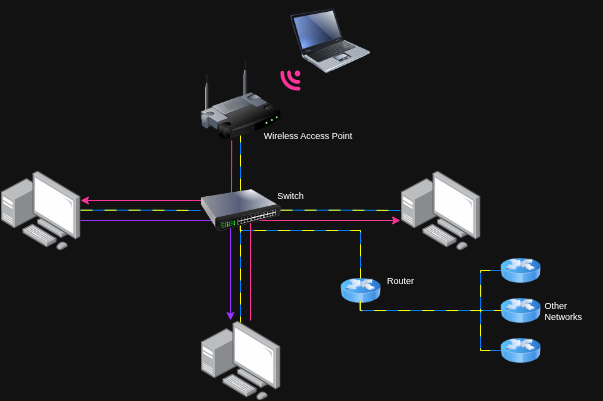
Earlier version of the draw.io export assets/imgs/cheatsheets/networking_cs/layer_2_hardware.png (Futsec/s-mastering-linux-jannis-seemann). Source tidied: cells renumbered, new cells last; positions are measured from the earlier drawing's top-left corner, leaving out a move shared by most shapes.
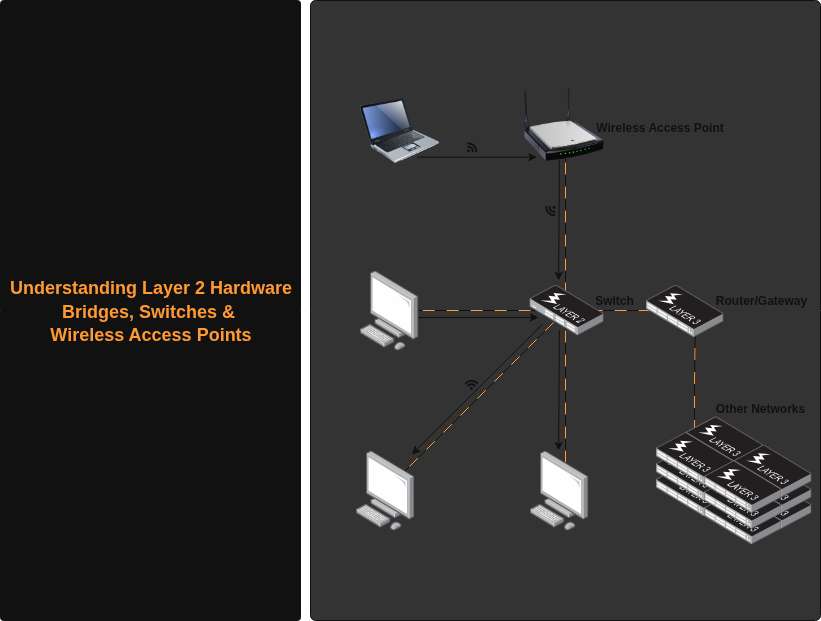
After the change.

What changed in the source:
```diff
@@ -2,134 +2,148 @@
   <root>
     <mxCell id="0" />
     <mxCell id="1" parent="0" />
-    <mxCell id="2" style="shape=wire;edgeStyle=orthogonalEdgeStyle;orthogonalLoop=1;jettySize=auto;html=1;sourcePerimeterSpacing=0;targetPerimeterSpacing=0;endArrow=none;curved=0;rounded=0;strokeColor=#007FFF;dashed=1;fillColor=#ffff00;dashPattern=12 12;fixDash=1;startSize=6;endSize=6;" parent="1" edge="1">
-      <mxGeometry relative="1" as="geometry">
-        <mxPoint x="239.8" y="220" as="sourcePoint" />
-        <mxPoint x="360" y="290" as="targetPoint" />
-        <Array as="points">
-          <mxPoint x="240" y="230" />
-          <mxPoint x="360" y="230" />
-        </Array>
-      </mxGeometry>
+    <mxCell id="2" style="rounded=1;whiteSpace=wrap;html=1;fillColor=#111111;arcSize=1;strokeColor=#111111;" parent="1" vertex="1">
+      <mxGeometry x="1555" y="-970" width="300" height="620" as="geometry" />
     </mxCell>
-    <mxCell id="3" style="endArrow=classic;html=1;rounded=0;entryX=1;entryY=0.375;entryDx=0;entryDy=0;entryPerimeter=0;exitX=0.39;exitY=0.998;exitDx=0;exitDy=0;exitPerimeter=0;strokeColor=#FF3399;" parent="1" edge="1" source="16" target="10">
-      <mxGeometry relative="1" as="geometry">
-        <Array as="points">
-          <mxPoint x="231" y="200" />
-        </Array>
-      </mxGeometry>
+    <mxCell id="3" style="rounded=1;whiteSpace=wrap;html=1;fillColor=#333333;arcSize=1;strokeColor=#111111;fontColor=#99FFFF;" parent="1" vertex="1">
+      <mxGeometry x="1865" y="-970" width="510" height="620" as="geometry" />
     </mxCell>
-    <mxCell id="4" style="endArrow=classic;html=1;rounded=0;exitX=1;exitY=0.625;exitDx=0;exitDy=0;exitPerimeter=0;entryX=0.375;entryY=0;entryDx=0;entryDy=0;entryPerimeter=0;strokeColor=#9933FF;" parent="1" edge="1" source="10" target="11">
-      <mxGeometry relative="1" as="geometry">
-        <Array as="points">
-          <mxPoint x="230" y="220" />
-        </Array>
-      </mxGeometry>
+    <mxCell id="4" value="&lt;div style=&quot;line-height: 0%;&quot;&gt;&lt;h4 tabindex=&quot;-1&quot; class=&quot;heading-element&quot; dir=&quot;auto&quot;&gt;Understanding Layer 2 Hardware&lt;/h4&gt;&lt;h4 tabindex=&quot;-1&quot; class=&quot;heading-element&quot; dir=&quot;auto&quot;&gt;Bridges, Switches &amp;amp;&amp;nbsp;&lt;/h4&gt;&lt;h4 tabindex=&quot;-1&quot; class=&quot;heading-element&quot; dir=&quot;auto&quot;&gt;Wireless Access Points&lt;/h4&gt;&lt;/div&gt;" style="text;strokeColor=none;fillColor=none;html=1;fontSize=18;fontStyle=1;verticalAlign=middle;align=center;rotation=0;fontColor=#FF9933;horizontal=1;spacingTop=0;spacing=2;" parent="1" vertex="1">
+      <mxGeometry x="1555" y="-950" width="299" height="580" as="geometry" />
     </mxCell>
-    <mxCell id="5" style="endArrow=classic;html=1;rounded=0;entryX=0;entryY=0.625;entryDx=0;entryDy=0;entryPerimeter=0;strokeColor=#FF3399;fillColor=#0050ef;" parent="1" edge="1" target="12">
-      <mxGeometry relative="1" as="geometry">
-        <mxPoint x="250" y="320" as="sourcePoint" />
-        <Array as="points">
-          <mxPoint x="250" y="220" />
-        </Array>
-      </mxGeometry>
+    <mxCell id="5" style="image;html=1;image=img/lib/clip_art/computers/Laptop_128x128.png;" parent="1" vertex="1">
+      <mxGeometry x="1914" y="-880" width="80" height="80" as="geometry" />
     </mxCell>
-    <mxCell id="6" style="verticalLabelPosition=bottom;sketch=0;html=1;verticalAlign=top;align=center;shape=mxgraph.cisco19.3g_4g_indicator;fillColor=#FF3399;strokeColor=none;rotation=-180;" parent="1" vertex="1">
-      <mxGeometry x="280" y="70" width="20" height="20" as="geometry" />
+    <mxCell id="6" style="shape=wire;edgeStyle=orthogonalEdgeStyle;jettySize=auto;html=1;sourcePerimeterSpacing=0;targetPerimeterSpacing=0;endArrow=none;curved=0;rounded=0;strokeColor=#111111;dashed=1;fillColor=#FF9933;dashPattern=12 12;fixDash=1;startSize=6;endSize=6;exitX=0.44;exitY=0.625;exitDx=0;exitDy=0;exitPerimeter=0;" parent="1" edge="1" source="12">
+      <mxGeometry relative="1" as="geometry">
+        <mxPoint x="2118.2" y="-824" as="targetPoint" />
+        <Array as="points">
+          <mxPoint x="2120" y="-470" />
+          <mxPoint x="2120" y="-824" />
+        </Array>
+      </mxGeometry>
     </mxCell>
-    <mxCell id="7" style="shape=wire;edgeStyle=orthogonalEdgeStyle;jettySize=auto;html=1;sourcePerimeterSpacing=0;targetPerimeterSpacing=0;endArrow=none;curved=0;rounded=0;strokeColor=#007FFF;dashed=1;fillColor=#ffff00;dashPattern=12 12;fixDash=1;startSize=6;endSize=6;entryX=0;entryY=0.5;entryDx=0;entryDy=0;" parent="1" edge="1" target="14">
+    <mxCell id="7" style="shape=wire;edgeStyle=orthogonalEdgeStyle;jettySize=auto;html=1;sourcePerimeterSpacing=0;targetPerimeterSpacing=0;endArrow=none;curved=0;rounded=0;strokeColor=#111111;dashed=1;fillColor=#FF9933;dashPattern=12 12;fixDash=1;startSize=6;endSize=6;" parent="1" edge="1" target="14">
       <mxGeometry relative="1" as="geometry">
-        <mxPoint x="80" y="209.7" as="sourcePoint" />
+        <mxPoint x="2251" y="-657.8" as="sourcePoint" />
+        <Array as="points">
+          <mxPoint x="2251" y="-660" />
+        </Array>
       </mxGeometry>
     </mxCell>
-    <mxCell id="8" style="shape=wire;edgeStyle=orthogonalEdgeStyle;orthogonalLoop=1;jettySize=auto;html=1;sourcePerimeterSpacing=0;targetPerimeterSpacing=0;endArrow=none;curved=0;rounded=0;strokeColor=#007FFF;dashed=1;fillColor=#ffff00;dashPattern=12 12;fixDash=1;startSize=6;endSize=6;entryX=0;entryY=0.5;entryDx=0;entryDy=0;" parent="1" edge="1">
-      <mxGeometry relative="1" as="geometry">
-        <mxPoint x="280" y="209.7" as="sourcePoint" />
-        <mxPoint x="400" y="210" as="targetPoint" />
-      </mxGeometry>
+    <mxCell id="8" style="image;html=1;image=img/lib/clip_art/networking/Wireless_Router_N_128x128.png;" parent="1" vertex="1">
+      <mxGeometry x="2078.2" y="-888" width="80" height="80" as="geometry" />
     </mxCell>
-    <mxCell id="9" style="shape=wire;edgeStyle=orthogonalEdgeStyle;jettySize=auto;html=1;sourcePerimeterSpacing=0;targetPerimeterSpacing=0;endArrow=none;curved=0;rounded=0;strokeColor=#007FFF;dashed=1;fillColor=#ffff00;dashPattern=12 12;fixDash=1;startSize=6;endSize=6;entryX=0.5;entryY=0.375;entryDx=0;entryDy=0;entryPerimeter=0;" parent="1" edge="1" target="11">
-      <mxGeometry relative="1" as="geometry">
-        <mxPoint x="240" y="220" as="sourcePoint" />
-      </mxGeometry>
+    <mxCell id="9" style="shape=wire;jettySize=auto;html=1;sourcePerimeterSpacing=0;targetPerimeterSpacing=0;endArrow=none;rounded=0;strokeColor=#111111;dashed=1;fillColor=#FF9933;dashPattern=12 12;fixDash=1;startSize=6;endSize=6;entryX=0.621;entryY=0.314;entryDx=0;entryDy=0;entryPerimeter=0;exitX=0.339;exitY=0.625;exitDx=0;exitDy=0;exitPerimeter=0;" parent="1" edge="1" source="13" target="10">
+      <mxGeometry relative="1" as="geometry" />
     </mxCell>
-    <mxCell id="10" style="image;points=[];html=1;align=center;shadow=0;dashed=0;image=img/lib/allied_telesis/computer_and_terminals/Personal_Computer_with_Server.svg;" parent="1" vertex="1">
-      <mxGeometry y="170" width="80" height="80" as="geometry" />
+    <mxCell id="10" style="image;points=[];html=1;align=center;shadow=0;dashed=0;image=img/lib/allied_telesis/switch/Switch_24_port_L2_POE.svg;" parent="1" vertex="1">
+      <mxGeometry x="2083.8" y="-686" width="74.4" height="51" as="geometry" />
     </mxCell>
-    <mxCell id="11" style="image;points=[];html=1;align=center;shadow=0;dashed=0;image=img/lib/allied_telesis/computer_and_terminals/Personal_Computer_with_Server.svg;" parent="1" vertex="1">
-      <mxGeometry x="200" y="320" width="80" height="80" as="geometry" />
+    <mxCell id="11" style="group;" parent="1" vertex="1">
+      <mxGeometry x="1910" y="-700" width="233" height="260" as="geometry" />
     </mxCell>
-    <mxCell id="12" style="image;points=[];html=1;align=center;shadow=0;dashed=0;image=img/lib/allied_telesis/computer_and_terminals/Personal_Computer_with_Server.svg;" parent="1" vertex="1">
-      <mxGeometry x="400" y="170" width="80" height="80" as="geometry" />
+    <mxCell id="12" style="image;points=[];html=1;align=center;shadow=0;dashed=0;image=img/lib/allied_telesis/computer_and_terminals/Personal_Computer.svg;" parent="11" vertex="1">
+      <mxGeometry x="174" y="180" width="59" height="80" as="geometry" />
     </mxCell>
-    <mxCell id="13" style="image;html=1;image=img/lib/clip_art/computers/Laptop_128x128.png;" parent="1" vertex="1">
-      <mxGeometry x="290" width="80" height="80" as="geometry" />
+    <mxCell id="13" style="image;points=[];html=1;align=center;shadow=0;dashed=0;image=img/lib/allied_telesis/computer_and_terminals/Personal_Computer.svg;" parent="11" vertex="1">
+      <mxGeometry y="180" width="59" height="80" as="geometry" />
     </mxCell>
-    <mxCell id="14" style="image;html=1;image=img/lib/clip_art/networking/Switch_128x128.png;" parent="1" vertex="1">
-      <mxGeometry x="200" y="170" width="80" height="80" as="geometry" />
+    <mxCell id="14" style="image;points=[];html=1;align=center;shadow=0;dashed=0;image=img/lib/allied_telesis/computer_and_terminals/Personal_Computer.svg;" parent="11" vertex="1">
+      <mxGeometry x="4" width="59" height="80" as="geometry" />
     </mxCell>
-    <mxCell id="15" style="shape=wire;edgeStyle=orthogonalEdgeStyle;orthogonalLoop=1;jettySize=auto;html=1;sourcePerimeterSpacing=0;targetPerimeterSpacing=0;endArrow=none;curved=0;rounded=0;strokeColor=#007FFF;dashed=1;fillColor=#ffff00;dashPattern=12 12;fixDash=1;startSize=6;endSize=6;" parent="1" edge="1">
+    <mxCell id="15" style="endArrow=classic;html=1;rounded=0;exitX=0.225;exitY=0.516;exitDx=0;exitDy=0;exitPerimeter=0;strokeColor=#111111;" parent="11" edge="1">
       <mxGeometry relative="1" as="geometry">
-        <mxPoint x="240" y="190" as="sourcePoint" />
-        <mxPoint x="240" y="130" as="targetPoint" />
+        <mxPoint x="63" y="47" as="sourcePoint" />
+        <mxPoint x="183" y="47" as="targetPoint" />
       </mxGeometry>
     </mxCell>
-    <mxCell id="16" style="image;html=1;image=img/lib/clip_art/networking/Wireless_Router_128x128.png;" parent="1" vertex="1">
-      <mxGeometry x="200" y="60" width="80" height="80" as="geometry" />
+    <mxCell id="16" style="endArrow=classic;html=1;rounded=0;exitX=0.225;exitY=0.516;exitDx=0;exitDy=0;exitPerimeter=0;strokeColor=#111111;" parent="11" edge="1">
+      <mxGeometry relative="1" as="geometry">
+        <mxPoint x="203.9" y="60" as="sourcePoint" />
+        <mxPoint x="203.2" y="180" as="targetPoint" />
+      </mxGeometry>
     </mxCell>
-    <mxCell id="17" style="image;html=1;image=img/lib/clip_art/networking/Router_Icon_128x128.png;" parent="1" vertex="1">
-      <mxGeometry x="340" y="270" width="40" height="40" as="geometry" />
+    <mxCell id="17" style="verticalLabelPosition=bottom;sketch=0;html=1;verticalAlign=top;align=center;shape=mxgraph.cisco19.3g_4g_indicator;fillColor=#111111;strokeColor=none;rotation=-45;" parent="11" vertex="1">
+      <mxGeometry x="111" y="108" width="10" height="10" as="geometry" />
     </mxCell>
-    <mxCell id="18" style="shape=wire;edgeStyle=orthogonalEdgeStyle;orthogonalLoop=1;jettySize=auto;html=1;sourcePerimeterSpacing=0;targetPerimeterSpacing=0;endArrow=none;curved=0;rounded=0;strokeColor=#007FFF;dashed=1;fillColor=#ffff00;dashPattern=12 12;fixDash=1;startSize=6;endSize=6;" parent="1" edge="1">
-      <mxGeometry relative="1" as="geometry">
-        <mxPoint x="359.8" y="300" as="sourcePoint" />
-        <mxPoint x="520" y="350" as="targetPoint" />
-        <Array as="points">
-          <mxPoint x="360" y="310" />
-          <mxPoint x="480" y="310" />
-        </Array>
-      </mxGeometry>
+    <mxCell id="18" style="shape=wire;edgeStyle=orthogonalEdgeStyle;jettySize=auto;html=1;sourcePerimeterSpacing=0;targetPerimeterSpacing=0;endArrow=none;curved=0;rounded=0;strokeColor=#111111;dashed=1;fillColor=#FF9933;dashPattern=12 12;fixDash=1;startSize=6;endSize=6;entryX=0.641;entryY=0.492;entryDx=0;entryDy=0;entryPerimeter=0;" parent="1" edge="1" source="24" target="31">
+      <mxGeometry relative="1" as="geometry" />
     </mxCell>
-    <mxCell id="19" style="shape=wire;edgeStyle=orthogonalEdgeStyle;orthogonalLoop=1;jettySize=auto;html=1;sourcePerimeterSpacing=0;targetPerimeterSpacing=0;endArrow=none;curved=0;rounded=0;strokeColor=#007FFF;dashed=1;fillColor=#ffff00;dashPattern=12 12;fixDash=1;startSize=6;endSize=6;" parent="1" edge="1">
-      <mxGeometry relative="1" as="geometry">
-        <mxPoint x="359.8" y="300" as="sourcePoint" />
-        <mxPoint x="520" y="310" as="targetPoint" />
-        <Array as="points">
-          <mxPoint x="360" y="310" />
-          <mxPoint x="480" y="310" />
-        </Array>
-      </mxGeometry>
+    <mxCell id="19" style="image;html=1;align=center;shadow=0;dashed=0;image=img/lib/allied_telesis/switch/Switch_48_port_L3_POE.svg;" parent="1" vertex="1">
+      <mxGeometry x="2240" y="-522.9" width="78" height="52.8" as="geometry" />
     </mxCell>
-    <mxCell id="20" style="shape=wire;edgeStyle=orthogonalEdgeStyle;orthogonalLoop=1;jettySize=auto;html=1;sourcePerimeterSpacing=0;targetPerimeterSpacing=0;endArrow=none;curved=0;rounded=0;strokeColor=#007FFF;dashed=1;fillColor=#ffff00;dashPattern=12 12;fixDash=1;startSize=6;endSize=6;" parent="1" edge="1">
-      <mxGeometry relative="1" as="geometry">
-        <mxPoint x="359.9" y="300" as="sourcePoint" />
-        <mxPoint x="520" y="270" as="targetPoint" />
-        <Array as="points">
-          <mxPoint x="360.1" y="310" />
-          <mxPoint x="480.1" y="310" />
-        </Array>
-      </mxGeometry>
+    <mxCell id="20" style="image;html=1;align=center;shadow=0;dashed=0;image=img/lib/allied_telesis/switch/Switch_48_port_L3_POE.svg;" parent="1" vertex="1">
+      <mxGeometry x="2240" y="-538.5" width="78" height="52.8" as="geometry" />
     </mxCell>
-    <mxCell id="21" style="image;html=1;image=img/lib/clip_art/networking/Router_Icon_128x128.png;" parent="1" vertex="1">
-      <mxGeometry x="500" y="290" width="40" height="40" as="geometry" />
+    <mxCell id="21" style="image;html=1;align=center;shadow=0;dashed=0;image=img/lib/allied_telesis/switch/Switch_48_port_L3_POE.svg;" parent="1" vertex="1">
+      <mxGeometry x="2240" y="-554.3" width="78" height="52.8" as="geometry" />
     </mxCell>
-    <mxCell id="22" style="image;html=1;image=img/lib/clip_art/networking/Router_Icon_128x128.png;" parent="1" vertex="1">
-      <mxGeometry x="500" y="330" width="40" height="40" as="geometry" />
+    <mxCell id="22" style="image;html=1;align=center;shadow=0;dashed=0;image=img/lib/allied_telesis/switch/Switch_48_port_L3_POE.svg;" parent="1" vertex="1">
+      <mxGeometry x="2210" y="-507.1" width="78" height="52.8" as="geometry" />
     </mxCell>
-    <mxCell id="23" style="image;html=1;image=img/lib/clip_art/networking/Router_Icon_128x128.png;" parent="1" vertex="1">
-      <mxGeometry x="500" y="250" width="40" height="40" as="geometry" />
+    <mxCell id="23" style="image;html=1;align=center;shadow=0;dashed=0;image=img/lib/allied_telesis/switch/Switch_48_port_L3_POE.svg;" parent="1" vertex="1">
+      <mxGeometry x="2210" y="-522.7" width="78" height="52.8" as="geometry" />
     </mxCell>
-    <mxCell id="24" value="Switch" style="text;html=1;align=center;verticalAlign=middle;whiteSpace=wrap;rounded=0;fontSize=9;" parent="1" vertex="1">
-      <mxGeometry x="260" y="180" width="60" height="30" as="geometry" />
+    <mxCell id="24" style="image;points=[];html=1;align=center;shadow=0;dashed=0;image=img/lib/allied_telesis/switch/Switch_48_port_L3_POE.svg;" parent="1" vertex="1">
+      <mxGeometry x="2210" y="-538.5" width="78" height="52.8" as="geometry" />
     </mxCell>
-    <mxCell id="25" value="Wireless Access Point" style="text;html=1;align=center;verticalAlign=middle;whiteSpace=wrap;rounded=0;fontSize=9;" parent="1" vertex="1">
-      <mxGeometry x="245" y="120" width="125" height="30" as="geometry" />
+    <mxCell id="25" style="image;html=1;align=center;shadow=0;dashed=0;image=img/lib/allied_telesis/switch/Switch_48_port_L3_POE.svg;" parent="1" vertex="1">
+      <mxGeometry x="2288" y="-494.6" width="78" height="52.8" as="geometry" />
     </mxCell>
-    <mxCell id="26" value="Router" style="text;html=1;align=center;verticalAlign=middle;whiteSpace=wrap;rounded=0;fontSize=9;" parent="1" vertex="1">
-      <mxGeometry x="370" y="265" width="60" height="30" as="geometry" />
+    <mxCell id="26" style="image;html=1;align=center;shadow=0;dashed=0;image=img/lib/allied_telesis/switch/Switch_48_port_L3_POE.svg;" parent="1" vertex="1">
+      <mxGeometry x="2288" y="-510.2" width="78" height="52.8" as="geometry" />
     </mxCell>
-    <mxCell id="27" value="Other&lt;div&gt;Networks&lt;/div&gt;" style="text;html=1;align=left;verticalAlign=middle;whiteSpace=wrap;rounded=0;fontSize=9;" parent="1" vertex="1">
-      <mxGeometry x="542" y="295" width="60" height="30" as="geometry" />
+    <mxCell id="27" style="image;html=1;align=center;shadow=0;dashed=0;image=img/lib/allied_telesis/switch/Switch_48_port_L3_POE.svg;" parent="1" vertex="1">
+      <mxGeometry x="2288" y="-526" width="78" height="52.8" as="geometry" />
     </mxCell>
+    <mxCell id="28" style="image;html=1;align=center;shadow=0;dashed=0;image=img/lib/allied_telesis/switch/Switch_48_port_L3_POE.svg;" parent="1" vertex="1">
+      <mxGeometry x="2258" y="-478.8" width="78" height="52.8" as="geometry" />
+    </mxCell>
+    <mxCell id="29" style="image;html=1;align=center;shadow=0;dashed=0;image=img/lib/allied_telesis/switch/Switch_48_port_L3_POE.svg;" parent="1" vertex="1">
+      <mxGeometry x="2258" y="-494.4" width="78" height="52.8" as="geometry" />
+    </mxCell>
+    <mxCell id="30" style="image;html=1;align=center;shadow=0;dashed=0;image=img/lib/allied_telesis/switch/Switch_48_port_L3_POE.svg;" parent="1" vertex="1">
+      <mxGeometry x="2258" y="-510.2" width="78" height="52.8" as="geometry" />
+    </mxCell>
+    <mxCell id="31" style="image;points=[];html=1;align=center;shadow=0;dashed=0;image=img/lib/allied_telesis/switch/Switch_48_port_L3_POE.svg;" parent="1" vertex="1">
+      <mxGeometry x="2200" y="-686" width="78" height="52.8" as="geometry" />
+    </mxCell>
+    <mxCell id="32" value="Switch" style="text;html=1;align=center;verticalAlign=middle;whiteSpace=wrap;rounded=0;fontSize=12;fontStyle=1;fontColor=#111111;" parent="1" vertex="1">
+      <mxGeometry x="2139" y="-685" width="60" height="30" as="geometry" />
+    </mxCell>
+    <mxCell id="33" value="Router/Gateway" style="text;html=1;align=center;verticalAlign=middle;whiteSpace=wrap;rounded=0;fontSize=12;fontStyle=1;fontColor=#111111;" parent="1" vertex="1">
+      <mxGeometry x="2262" y="-685" width="108" height="30" as="geometry" />
+    </mxCell>
+    <mxCell id="34" value="&lt;font style=&quot;color: rgb(17, 17, 17);&quot;&gt;Other&amp;nbsp;&lt;span style=&quot;background-color: transparent;&quot;&gt;Networks&lt;/span&gt;&lt;/font&gt;" style="text;html=1;align=center;verticalAlign=middle;whiteSpace=wrap;rounded=0;fontSize=12;fontStyle=1;fontColor=#111111;" parent="1" vertex="1">
+      <mxGeometry x="2262" y="-574.3" width="106" height="24.3" as="geometry" />
+    </mxCell>
+    <mxCell id="35" value="Wireless Access Point" style="text;html=1;align=center;verticalAlign=middle;whiteSpace=wrap;rounded=0;fontSize=12;fontStyle=1;fontColor=#111111;" parent="1" vertex="1">
+      <mxGeometry x="2139" y="-858" width="151" height="30" as="geometry" />
+    </mxCell>
+    <mxCell id="36" style="verticalLabelPosition=bottom;sketch=0;html=1;verticalAlign=top;align=center;shape=mxgraph.cisco19.3g_4g_indicator;fillColor=#111111;strokeColor=none;rotation=0;" parent="1" vertex="1">
+      <mxGeometry x="2021.5" y="-828" width="10" height="10" as="geometry" />
+    </mxCell>
+    <mxCell id="37" style="endArrow=classic;html=1;rounded=0;exitX=0.225;exitY=0.516;exitDx=0;exitDy=0;exitPerimeter=0;strokeColor=#111111;" parent="1" edge="1">
+      <mxGeometry relative="1" as="geometry">
+        <mxPoint x="1971.5" y="-813.3" as="sourcePoint" />
+        <mxPoint x="2091.5" y="-813.3" as="targetPoint" />
+      </mxGeometry>
+    </mxCell>
+    <mxCell id="38" style="endArrow=classic;html=1;rounded=0;exitX=0.225;exitY=0.516;exitDx=0;exitDy=0;exitPerimeter=0;strokeColor=#111111;" parent="1" edge="1">
+      <mxGeometry relative="1" as="geometry">
+        <mxPoint x="2113.9" y="-810" as="sourcePoint" />
+        <mxPoint x="2113.2" y="-690" as="targetPoint" />
+      </mxGeometry>
+    </mxCell>
+    <mxCell id="39" style="verticalLabelPosition=bottom;sketch=0;html=1;verticalAlign=top;align=center;shape=mxgraph.cisco19.3g_4g_indicator;fillColor=#111111;strokeColor=none;rotation=-180;" parent="1" vertex="1">
+      <mxGeometry x="2100" y="-764.5" width="10" height="10" as="geometry" />
+    </mxCell>
+    <mxCell id="40" style="endArrow=classic;html=1;rounded=0;exitX=0.225;exitY=0.516;exitDx=0;exitDy=0;exitPerimeter=0;strokeColor=#111111;" parent="1" edge="1">
+      <mxGeometry relative="1" as="geometry">
+        <mxPoint x="2096.7" y="-646" as="sourcePoint" />
+        <mxPoint x="1966.3" y="-516" as="targetPoint" />
+      </mxGeometry>
+    </mxCell>
   </root>
 </mxGraphModel>
```
